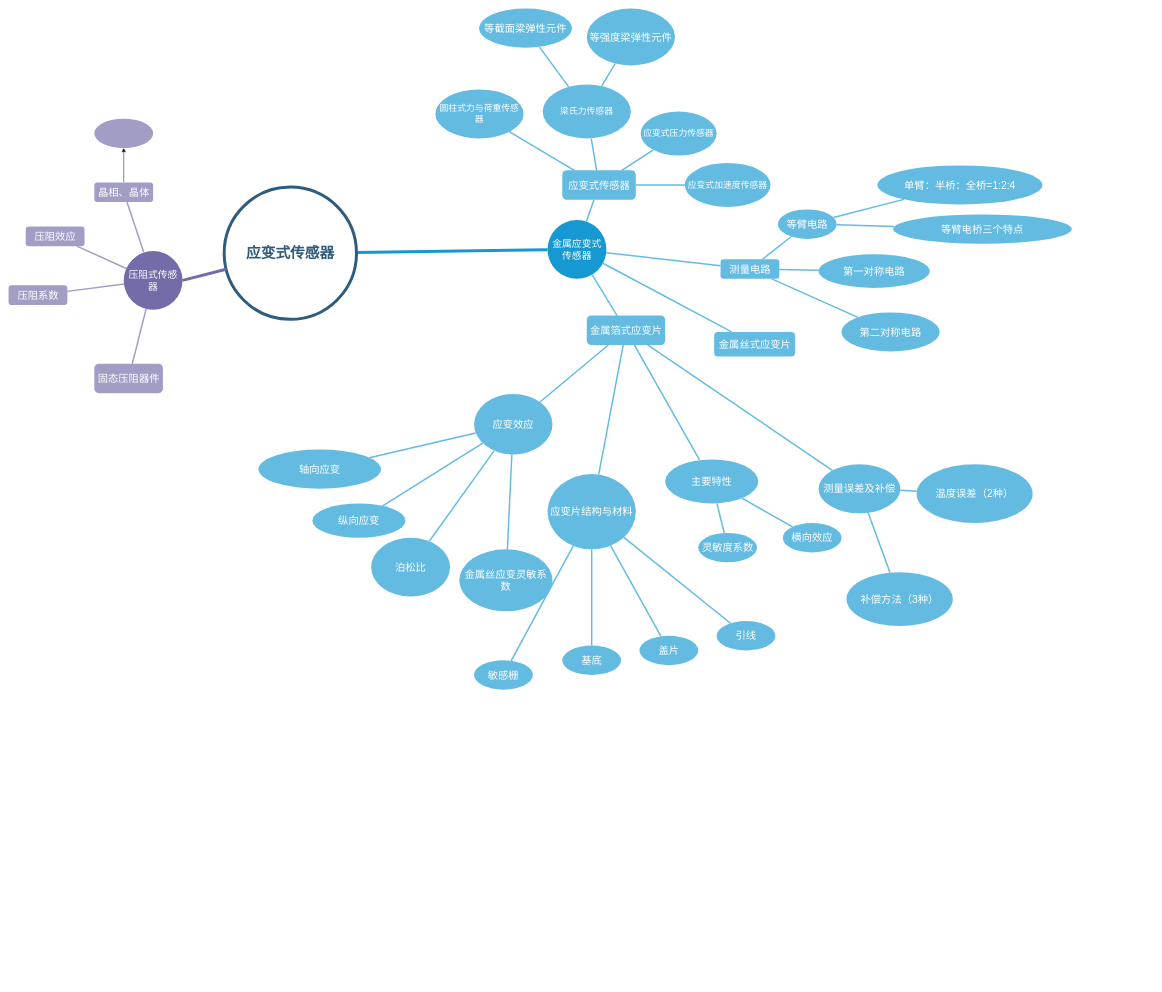
The draw.io diagram 基础项目/Untitled Diagram.drawio in chenxi123-byte/51-Single-chip, before the edit. Source tidied: cells renumbered, new cells numbered last; positions are measured from the earlier drawing's top-left corner, leaving out a move shared by most shapes. Both pictures are drawn from the tidied source at 49%, with x=0, y=0 at pixel (8, 8).
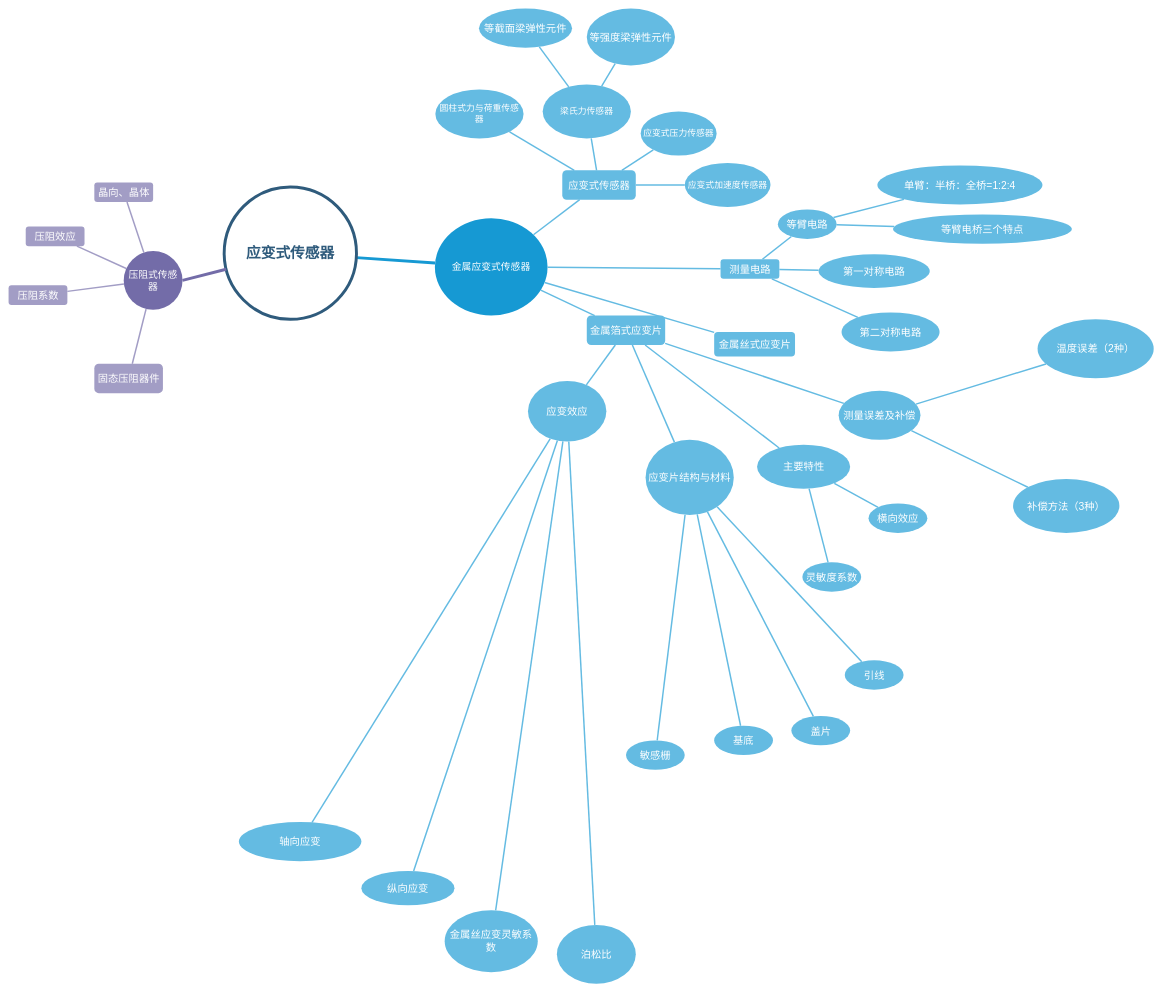
After the change.

The change refers to these unchanged cells:
```xml
<mxCell id="8" value="&lt;font style=&quot;font-size: 21px&quot;&gt;应变式传感器&lt;/font&gt;" style="rounded=1;fillColor=#64BBE2;strokeColor=none;strokeWidth=3;shadow=0;html=1;fontColor=#FFFFFF;" parent="1" vertex="1">
  <mxGeometry x="1130" y="330" width="150" height="60" as="geometry" />
</mxCell>
<mxCell id="9" value="&lt;font style=&quot;font-size: 21px&quot;&gt;金属丝式应变片&lt;/font&gt;" style="rounded=1;fillColor=#64BBE2;strokeColor=none;strokeWidth=3;shadow=0;html=1;fontColor=#FFFFFF;" parent="1" vertex="1">
  <mxGeometry x="1440" y="660" width="165" height="50" as="geometry" />
</mxCell>
<mxCell id="13" value="&lt;font style=&quot;font-size: 21px&quot;&gt;测量电路&lt;/font&gt;" style="rounded=1;fillColor=#64BBE2;strokeColor=none;strokeWidth=3;shadow=0;html=1;fontColor=#FFFFFF;" parent="1" vertex="1">
  <mxGeometry x="1453" y="511.5" width="120" height="40" as="geometry" />
</mxCell>
<mxCell id="18" value="&lt;font style=&quot;font-size: 21px&quot;&gt;金属箔式应变片&lt;/font&gt;" style="rounded=1;fillColor=#64BBE2;strokeColor=none;strokeWidth=3;shadow=0;html=1;fontColor=#FFFFFF;" parent="1" vertex="1">
  <mxGeometry x="1180" y="626.5" width="160" height="60" as="geometry" />
</mxCell>
<mxCell id="24" value="&lt;font style=&quot;font-size: 21px&quot;&gt;压阻效应&lt;/font&gt;" style="rounded=1;fillColor=#a29dc5;strokeColor=none;strokeWidth=3;shadow=0;html=1;fontColor=#FFFFFF;" parent="1" vertex="1">
  <mxGeometry x="35" y="444.8" width="120" height="40" as="geometry" />
</mxCell>
<mxCell id="27" value="&lt;font style=&quot;font-size: 21px&quot;&gt;压阻系数&lt;/font&gt;" style="rounded=1;fillColor=#a29dc5;strokeColor=none;strokeWidth=3;shadow=0;html=1;fontColor=#FFFFFF;" parent="1" vertex="1">
  <mxGeometry y="564.8" width="120" height="40" as="geometry" />
</mxCell>
<mxCell id="29" value="&lt;font style=&quot;font-size: 21px&quot;&gt;固态压阻器件&lt;/font&gt;" style="rounded=1;fillColor=#a29dc5;strokeColor=none;strokeWidth=3;shadow=0;html=1;fontColor=#FFFFFF;" parent="1" vertex="1">
  <mxGeometry x="175" y="724.8" width="140" height="60" as="geometry" />
</mxCell>
<mxCell id="34" value="压阻式传感器" style="ellipse;whiteSpace=wrap;html=1;shadow=0;fontFamily=Helvetica;fontSize=20;fontColor=#FFFFFF;align=center;strokeWidth=3;fillColor=#736ca8;strokeColor=none;" parent="1" vertex="1">
  <mxGeometry x="235" y="494.8" width="120" height="120" as="geometry" />
</mxCell>
```

The edit, as a diff of the source:
```diff
@@
     <mxCell id="2" value="金属应变式传感器" style="ellipse;whiteSpace=wrap;html=1;shadow=0;fontFamily=Helvetica;fontSize=20;fontColor=#FFFFFF;align=center;strokeWidth=3;fillColor=#1699D3;strokeColor=none;" parent="1" vertex="1">
-      <mxGeometry x="1100" y="431.5" width="120" height="120" as="geometry" />
+      <mxGeometry x="870" y="428" width="230" height="198.5" as="geometry" />
     </mxCell>
@@
     <mxCell id="19" style="edgeStyle=none;endArrow=none;strokeWidth=3;strokeColor=#64BBE2;html=1;" parent="1" edge="1" source="2" target="8">
-      <mxGeometry x="-480" y="150" as="geometry" />
+      <mxGeometry x="1390" y="780" as="geometry" />
     </mxCell>
     <mxCell id="20" style="edgeStyle=none;endArrow=none;strokeWidth=3;strokeColor=#64BBE2;html=1;" parent="1" edge="1" source="2" target="13">
-      <mxGeometry x="-480" y="150" as="geometry" />
+      <mxGeometry x="1390" y="780" as="geometry" />
     </mxCell>
     <mxCell id="21" style="edgeStyle=none;endArrow=none;strokeWidth=3;strokeColor=#64BBE2;html=1;" parent="1" edge="1" source="2" target="9">
-      <mxGeometry x="-480" y="150" as="geometry" />
+      <mxGeometry x="1390" y="780" as="geometry" />
     </mxCell>
     <mxCell id="22" style="edgeStyle=none;endArrow=none;strokeWidth=3;strokeColor=#64BBE2;html=1;" parent="1" edge="1" source="2" target="18">
-      <mxGeometry x="-480" y="150" as="geometry" />
+      <mxGeometry x="1390" y="780" as="geometry" />
     </mxCell>
@@
-    <mxCell id="25" style="edgeStyle=orthogonalEdgeStyle;rounded=0;jettySize=auto;html=1;" parent="1" edge="1" source="26" target="80">
-      <mxGeometry relative="1" as="geometry" />
-    </mxCell>
-    <mxCell id="26" value="&lt;font style=&quot;font-size: 21px&quot;&gt;晶相、晶体&lt;/font&gt;" style="rounded=1;fillColor=#a29dc5;strokeColor=none;strokeWidth=3;shadow=0;html=1;fontColor=#FFFFFF;" parent="1" vertex="1">
+    <mxCell id="26" value="&lt;font style=&quot;font-size: 21px&quot;&gt;晶向、晶体&lt;/font&gt;" style="rounded=1;fillColor=#a29dc5;strokeColor=none;strokeWidth=3;shadow=0;html=1;fontColor=#FFFFFF;" parent="1" vertex="1">
       <mxGeometry x="175" y="354.8" width="120" height="40" as="geometry" />
     </mxCell>
@@
     <mxCell id="28" style="edgeStyle=none;endArrow=none;strokeWidth=3;strokeColor=#A29DC5;html=1;" parent="1" edge="1" source="34" target="24">
-      <mxGeometry x="-1520" y="-220.2" as="geometry" />
+      <mxGeometry x="350" y="409.8" as="geometry" />
     </mxCell>
@@
     <mxCell id="30" style="edgeStyle=none;endArrow=none;strokeWidth=3;strokeColor=#A29DC5;html=1;fontSize=21;" parent="1" edge="1" source="34" target="26">
-      <mxGeometry x="-1520" y="-220.2" as="geometry" />
+      <mxGeometry x="350" y="409.8" as="geometry" />
     </mxCell>
     <mxCell id="31" style="edgeStyle=none;endArrow=none;strokeWidth=3;strokeColor=#A29DC5;html=1;" parent="1" edge="1" source="34" target="27">
-      <mxGeometry x="-1520" y="-220.2" as="geometry" />
+      <mxGeometry x="350" y="409.8" as="geometry" />
     </mxCell>
     <mxCell id="32" style="edgeStyle=none;endArrow=none;strokeWidth=3;strokeColor=#A29DC5;html=1;" parent="1" edge="1" source="34" target="29">
-      <mxGeometry x="-1520" y="-220.2" as="geometry" />
+      <mxGeometry x="350" y="409.8" as="geometry" />
     </mxCell>
@@
     <mxCell id="46" value="&lt;font style=&quot;vertical-align: inherit; font-size: 21px;&quot;&gt;&lt;font style=&quot;vertical-align: inherit; font-size: 21px;&quot;&gt;应变效应&lt;/font&gt;&lt;/font&gt;" style="ellipse;whiteSpace=wrap;html=1;fillColor=#64BBE2;strokeColor=none;fontColor=#FFFFFF;rounded=1;strokeWidth=3;shadow=0;fontSize=21;" parent="1" vertex="1">
-      <mxGeometry x="950" y="786.5" width="160" height="123.5" as="geometry" />
+      <mxGeometry x="1060" y="760" width="160" height="123.5" as="geometry" />
     </mxCell>
@@
     <mxCell id="51" value="&lt;font style=&quot;font-size: 21px;&quot;&gt;应变片结构与材料&lt;/font&gt;" style="ellipse;whiteSpace=wrap;html=1;fillColor=#64BBE2;strokeColor=none;fontColor=#FFFFFF;rounded=1;strokeWidth=3;shadow=0;fontSize=21;" parent="1" vertex="1">
-      <mxGeometry x="1100" y="950" width="180" height="153.5" as="geometry" />
+      <mxGeometry x="1300" y="880" width="180" height="153.5" as="geometry" />
     </mxCell>
@@
     <mxCell id="54" value="主要特性" style="ellipse;whiteSpace=wrap;html=1;fillColor=#64BBE2;strokeColor=none;fontColor=#FFFFFF;rounded=1;strokeWidth=3;shadow=0;fontSize=21;" parent="1" vertex="1">
-      <mxGeometry x="1340" y="920" width="190" height="90" as="geometry" />
+      <mxGeometry x="1527.5" y="890" width="190" height="90" as="geometry" />
     </mxCell>
@@
     <mxCell id="57" value="测量误差及补偿" style="ellipse;whiteSpace=wrap;html=1;fillColor=#64BBE2;strokeColor=none;fontColor=#FFFFFF;rounded=1;strokeWidth=3;shadow=0;fontSize=21;" parent="1" vertex="1">
-      <mxGeometry x="1653" y="930" width="167" height="100" as="geometry" />
+      <mxGeometry x="1694" y="780" width="167" height="100" as="geometry" />
     </mxCell>
@@
     <mxCell id="67" value="&lt;font style=&quot;font-size: 21px&quot;&gt;轴向应变&lt;/font&gt;" style="ellipse;whiteSpace=wrap;html=1;fillColor=#64BBE2;strokeColor=none;fontColor=#FFFFFF;rounded=1;strokeWidth=3;shadow=0;" parent="1" vertex="1">
-      <mxGeometry x="510" y="900" width="250" height="80" as="geometry" />
+      <mxGeometry x="470" y="1660" width="250" height="80" as="geometry" />
     </mxCell>
     <mxCell id="68" value="纵向应变" style="ellipse;whiteSpace=wrap;html=1;fillColor=#64BBE2;strokeColor=none;fontColor=#FFFFFF;rounded=1;strokeWidth=3;shadow=0;fontSize=21;" parent="1" vertex="1">
-      <mxGeometry x="620" y="1010" width="190" height="70" as="geometry" />
+      <mxGeometry x="720" y="1760" width="190" height="70" as="geometry" />
     </mxCell>
     <mxCell id="69" value="泊松比" style="ellipse;whiteSpace=wrap;html=1;fillColor=#64BBE2;strokeColor=none;fontColor=#FFFFFF;rounded=1;strokeWidth=3;shadow=0;fontSize=21;" parent="1" vertex="1">
-      <mxGeometry x="740" y="1080" width="161" height="120" as="geometry" />
+      <mxGeometry x="1119" y="1870" width="161" height="120" as="geometry" />
     </mxCell>
     <mxCell id="70" value="金属丝应变灵敏系数" style="ellipse;whiteSpace=wrap;html=1;fillColor=#64BBE2;strokeColor=none;fontColor=#FFFFFF;rounded=1;strokeWidth=3;shadow=0;fontSize=21;" parent="1" vertex="1">
-      <mxGeometry x="920" y="1103.5" width="190" height="126.5" as="geometry" />
+      <mxGeometry x="890" y="1840" width="190" height="126.5" as="geometry" />
     </mxCell>
@@
     <mxCell id="72" value="敏感栅" style="ellipse;whiteSpace=wrap;html=1;fillColor=#64BBE2;strokeColor=none;fontColor=#FFFFFF;rounded=1;strokeWidth=3;shadow=0;fontSize=21;" parent="1" vertex="1">
-      <mxGeometry x="950" y="1330" width="120" height="60" as="geometry" />
+      <mxGeometry x="1260" y="1493.5" width="120" height="60" as="geometry" />
     </mxCell>
     <mxCell id="73" value="基底" style="ellipse;whiteSpace=wrap;html=1;fillColor=#64BBE2;strokeColor=none;fontColor=#FFFFFF;rounded=1;strokeWidth=3;shadow=0;fontSize=21;" parent="1" vertex="1">
-      <mxGeometry x="1130" y="1300" width="120" height="60" as="geometry" />
+      <mxGeometry x="1440" y="1463.5" width="120" height="60" as="geometry" />
     </mxCell>
     <mxCell id="74" value="盖片" style="ellipse;whiteSpace=wrap;html=1;fillColor=#64BBE2;strokeColor=none;fontColor=#FFFFFF;rounded=1;strokeWidth=3;shadow=0;fontSize=21;" parent="1" vertex="1">
-      <mxGeometry x="1287.5" y="1280" width="120" height="60" as="geometry" />
+      <mxGeometry x="1597.5" y="1443.5" width="120" height="60" as="geometry" />
     </mxCell>
     <mxCell id="75" value="引线" style="ellipse;whiteSpace=wrap;html=1;fillColor=#64BBE2;strokeColor=none;fontColor=#FFFFFF;rounded=1;strokeWidth=3;shadow=0;fontSize=21;" parent="1" vertex="1">
-      <mxGeometry x="1445" y="1250" width="120" height="60" as="geometry" />
+      <mxGeometry x="1706.5" y="1330" width="120" height="60" as="geometry" />
     </mxCell>
     <mxCell id="76" value="灵敏度系数" style="ellipse;whiteSpace=wrap;html=1;fillColor=#64BBE2;strokeColor=none;fontColor=#FFFFFF;rounded=1;strokeWidth=3;shadow=0;fontSize=21;" parent="1" vertex="1">
-      <mxGeometry x="1407.5" y="1070" width="120" height="60" as="geometry" />
+      <mxGeometry x="1620" y="1130" width="120" height="60" as="geometry" />
     </mxCell>
     <mxCell id="77" value="横向效应" style="ellipse;whiteSpace=wrap;html=1;fillColor=#64BBE2;strokeColor=none;fontColor=#FFFFFF;rounded=1;strokeWidth=3;shadow=0;fontSize=21;" parent="1" vertex="1">
-      <mxGeometry x="1580" y="1050" width="120" height="60" as="geometry" />
+      <mxGeometry x="1755" y="1010" width="120" height="60" as="geometry" />
     </mxCell>
     <mxCell id="78" value="温度误差（2种）" style="ellipse;whiteSpace=wrap;html=1;fillColor=#64BBE2;strokeColor=none;fontColor=#FFFFFF;rounded=1;strokeWidth=3;shadow=0;fontSize=21;" parent="1" vertex="1">
-      <mxGeometry x="1853" y="930" width="237" height="120" as="geometry" />
+      <mxGeometry x="2100" y="634.2" width="237" height="120" as="geometry" />
     </mxCell>
     <mxCell id="79" value="补偿方法（3种）" style="ellipse;whiteSpace=wrap;html=1;fillColor=#64BBE2;strokeColor=none;fontColor=#FFFFFF;rounded=1;strokeWidth=3;shadow=0;fontSize=21;" parent="1" vertex="1">
-      <mxGeometry x="1710" y="1150.2" width="217" height="110" as="geometry" />
+      <mxGeometry x="2050" y="960" width="217" height="110" as="geometry" />
     </mxCell>
-    <mxCell id="80" style="ellipse;whiteSpace=wrap;html=1;fillColor=#a29dc5;strokeColor=none;fontColor=#FFFFFF;rounded=1;strokeWidth=3;shadow=0;" parent="1" vertex="1">
-      <mxGeometry x="175" y="224.8" width="120" height="60" as="geometry" />
-    </mxCell>
```
